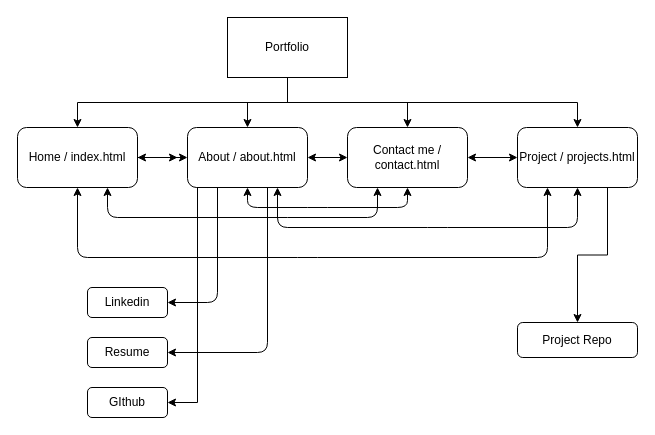
This is Untitled Diagram.drawio from haden-liu/Hang-Liu_T1A2, a draw.io file, before an edit. Source tidied: cells renumbered, new cells numbered last; positions are measured from the earlier drawing's top-left corner, leaving out a move shared by most shapes. Both pictures are drawn from the tidied source at 100%, with x=0, y=0 at pixel (17, 17).
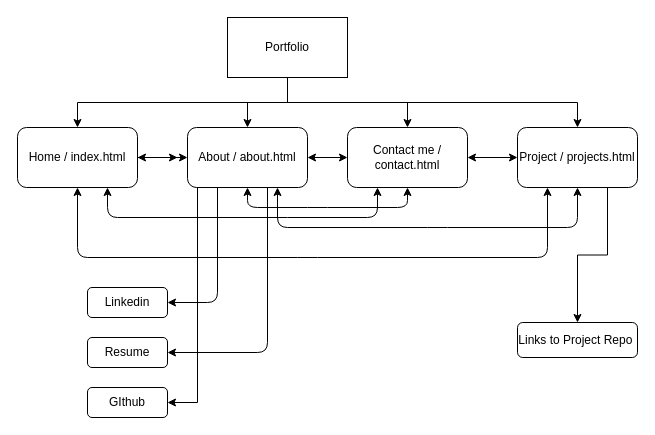
Above is the later version.

What changed in the source:
```diff
@@
-    <mxCell id="26" value="Project Repo" style="rounded=1;whiteSpace=wrap;html=1;" parent="1" vertex="1">
+    <mxCell id="26" value="Links to Project Repo&amp;nbsp;" style="rounded=1;whiteSpace=wrap;html=1;" parent="1" vertex="1">
       <mxGeometry x="500" y="305" width="120" height="35" as="geometry" />
     </mxCell>
```
